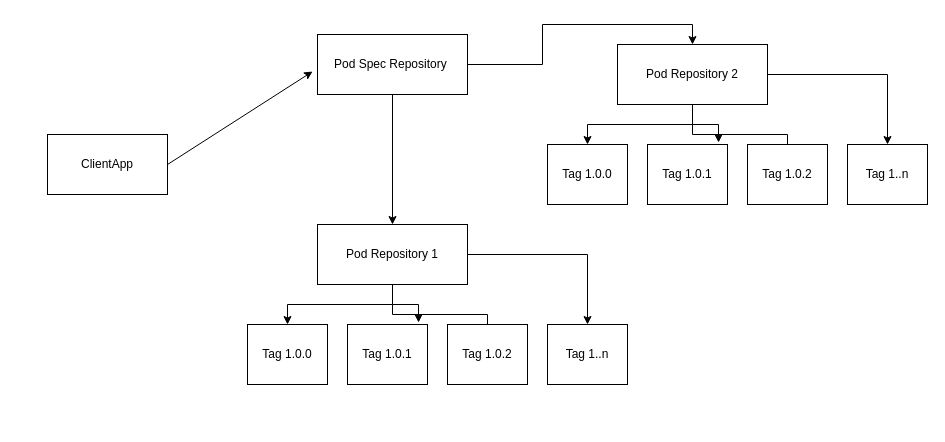
shantaramk/Draw keeps this draw.io diagram as Untitled Diagram.drawio. Above is the earlier version. Source tidied: cells renumbered, new cells numbered last; positions are measured from the earlier drawing's top-left corner, leaving out a move shared by most shapes. Both pictures are drawn from the tidied source at 100%, with x=0, y=0 at pixel (47, 34).
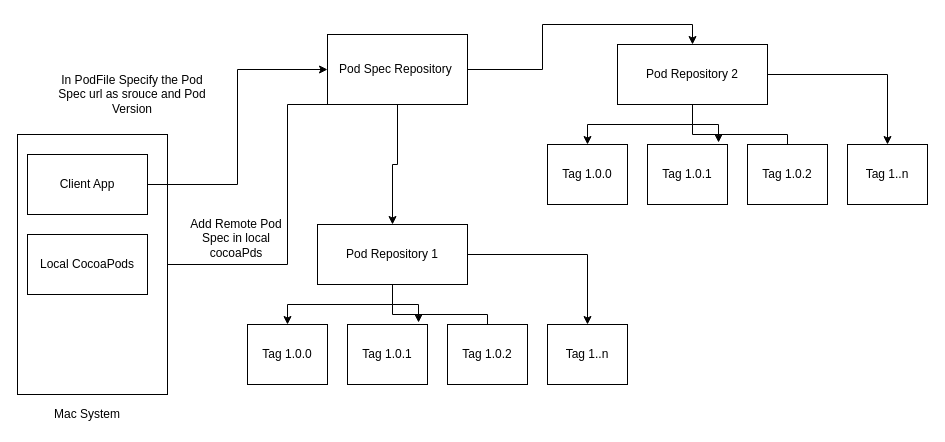
The same diagram, later.

Change to the diagram source:
```diff
@@
+    <mxCell id="23" style="edgeStyle=orthogonalEdgeStyle;rounded=0;jettySize=auto;html=1;entryX=1;entryY=0.5;entryDx=0;entryDy=0;" parent="1" edge="1" source="4" target="29">
+      <mxGeometry relative="1" as="geometry">
+        <Array as="points">
+          <mxPoint x="240" y="70" />
+          <mxPoint x="240" y="230" />
+        </Array>
+      </mxGeometry>
+    </mxCell>
     <mxCell id="4" value="Pod Spec Repository&amp;nbsp;" style="rounded=0;whiteSpace=wrap;html=1;" parent="1" vertex="1">
-      <mxGeometry x="270" width="150" height="60" as="geometry" />
+      <mxGeometry x="280" width="140" height="70" as="geometry" />
     </mxCell>
@@
-    <mxCell id="9" value="ClientApp" style="rounded=0;whiteSpace=wrap;html=1;" parent="1" vertex="1">
-      <mxGeometry y="100" width="120" height="60" as="geometry" />
-    </mxCell>
-    <mxCell id="10" style="endArrow=classic;html=1;exitX=1;exitY=0.5;exitDx=0;exitDy=0;entryX=-0.033;entryY=0.617;entryDx=0;entryDy=0;entryPerimeter=0;" parent="1" edge="1" source="9" target="4">
-      <mxGeometry relative="1" as="geometry" />
-    </mxCell>
@@
+    <mxCell id="24" value="In PodFile Specify the Pod Spec url as srouce and Pod Version" style="text;html=1;strokeColor=none;fillColor=none;align=center;verticalAlign=middle;whiteSpace=wrap;rounded=0;" parent="1" vertex="1">
+      <mxGeometry y="50" width="170" height="20" as="geometry" />
+    </mxCell>
+    <mxCell id="25" style="rounded=0;whiteSpace=wrap;html=1;" parent="1" vertex="1">
+      <mxGeometry x="-30" y="100" width="150" height="260" as="geometry" />
+    </mxCell>
+    <mxCell id="26" style="edgeStyle=orthogonalEdgeStyle;rounded=0;jettySize=auto;html=1;entryX=0;entryY=0.5;entryDx=0;entryDy=0;" parent="1" edge="1" source="27" target="4">
+      <mxGeometry relative="1" as="geometry" />
+    </mxCell>
+    <mxCell id="27" value="Client App" style="rounded=0;whiteSpace=wrap;html=1;" parent="1" vertex="1">
+      <mxGeometry x="-20" y="120" width="120" height="60" as="geometry" />
+    </mxCell>
+    <mxCell id="28" value="Mac System" style="text;html=1;strokeColor=none;fillColor=none;align=center;verticalAlign=middle;whiteSpace=wrap;rounded=0;" parent="1" vertex="1">
+      <mxGeometry y="370" width="80" height="20" as="geometry" />
+    </mxCell>
+    <mxCell id="29" value="Local CocoaPods" style="rounded=0;whiteSpace=wrap;html=1;" parent="1" vertex="1">
+      <mxGeometry x="-20" y="200" width="120" height="60" as="geometry" />
+    </mxCell>
+    <mxCell id="30" value="Add Remote Pod Spec in local cocoaPds" style="text;html=1;strokeColor=none;fillColor=none;align=center;verticalAlign=middle;whiteSpace=wrap;rounded=0;" parent="1" vertex="1">
+      <mxGeometry x="139" y="194" width="100" height="20" as="geometry" />
+    </mxCell>
```
